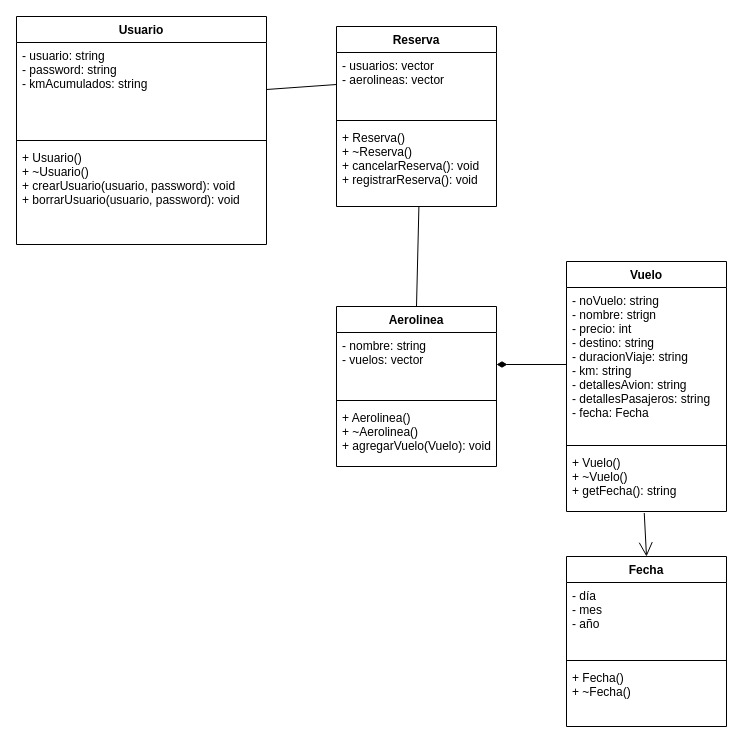
AlexaBF/OOP keeps this draw.io diagram as Proyecto/diagrama.drawio. Above is the earlier version. Source tidied: cells renumbered, new cells numbered last; positions are measured from the earlier drawing's top-left corner, leaving out a move shared by most shapes. Both pictures are drawn from the tidied source at 100%, with x=0, y=0 at pixel (16, 16).
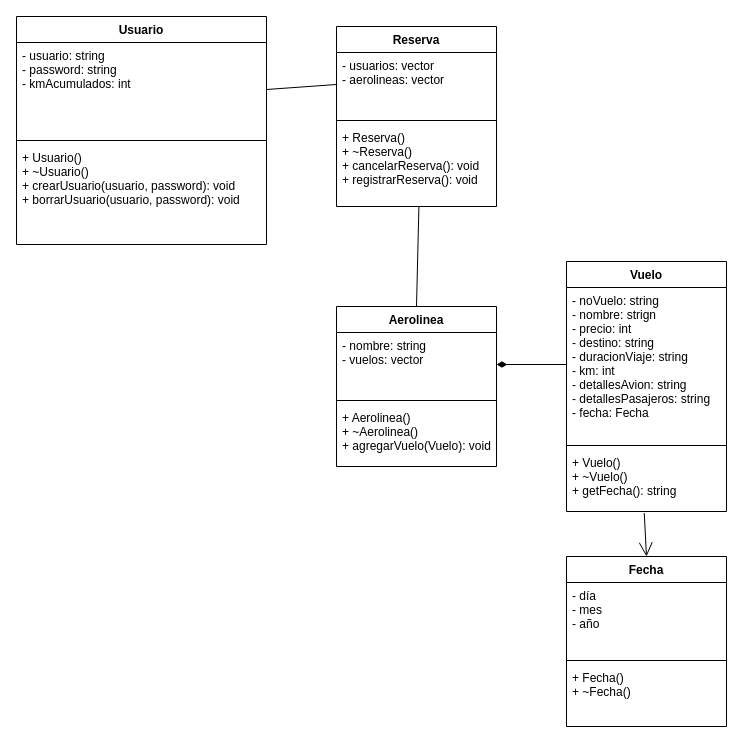
The same diagram, later.

The change refers to these unchanged cells:
```xml
<mxCell id="2" value="Usuario" style="swimlane;fontStyle=1;align=center;verticalAlign=top;horizontal=1;startSize=26;" parent="1" vertex="1">
  <mxGeometry width="250" height="228" as="geometry" />
</mxCell>
<mxCell id="10" value="Vuelo" style="swimlane;fontStyle=1;align=center;verticalAlign=top;horizontal=1;startSize=26;" parent="1" vertex="1">
  <mxGeometry x="550" y="245" width="160" height="250" as="geometry" />
</mxCell>
```

Change to the diagram source:
```diff
@@
-    <mxCell id="3" value="- usuario: string&#10;- password: string&#10;- kmAcumulados: string" style="text;strokeColor=none;fillColor=none;align=left;verticalAlign=top;spacingLeft=4;spacingRight=4;overflow=hidden;points=[[0,0.5],[1,0.5]];portConstraint=eastwest;" parent="2" vertex="1">
+    <mxCell id="3" value="- usuario: string&#10;- password: string&#10;- kmAcumulados: int" style="text;strokeColor=none;fillColor=none;align=left;verticalAlign=top;spacingLeft=4;spacingRight=4;overflow=hidden;points=[[0,0.5],[1,0.5]];portConstraint=eastwest;" parent="2" vertex="1">
       <mxGeometry y="26" width="250" height="94" as="geometry" />
     </mxCell>
@@
-    <mxCell id="11" value="- noVuelo: string&#10;- nombre: strign&#10;- precio: int&#10;- destino: string&#10;- duracionViaje: string&#10;- km: string&#10;- detallesAvion: string&#10;- detallesPasajeros: string&#10;- fecha: Fecha" style="text;strokeColor=none;fillColor=none;align=left;verticalAlign=top;spacingLeft=4;spacingRight=4;overflow=hidden;points=[[0,0.5],[1,0.5]];portConstraint=eastwest;" parent="10" vertex="1">
+    <mxCell id="11" value="- noVuelo: string&#10;- nombre: strign&#10;- precio: int&#10;- destino: string&#10;- duracionViaje: string&#10;- km: int&#10;- detallesAvion: string&#10;- detallesPasajeros: string&#10;- fecha: Fecha" style="text;strokeColor=none;fillColor=none;align=left;verticalAlign=top;spacingLeft=4;spacingRight=4;overflow=hidden;points=[[0,0.5],[1,0.5]];portConstraint=eastwest;" parent="10" vertex="1">
       <mxGeometry y="26" width="160" height="154" as="geometry" />
     </mxCell>
```
